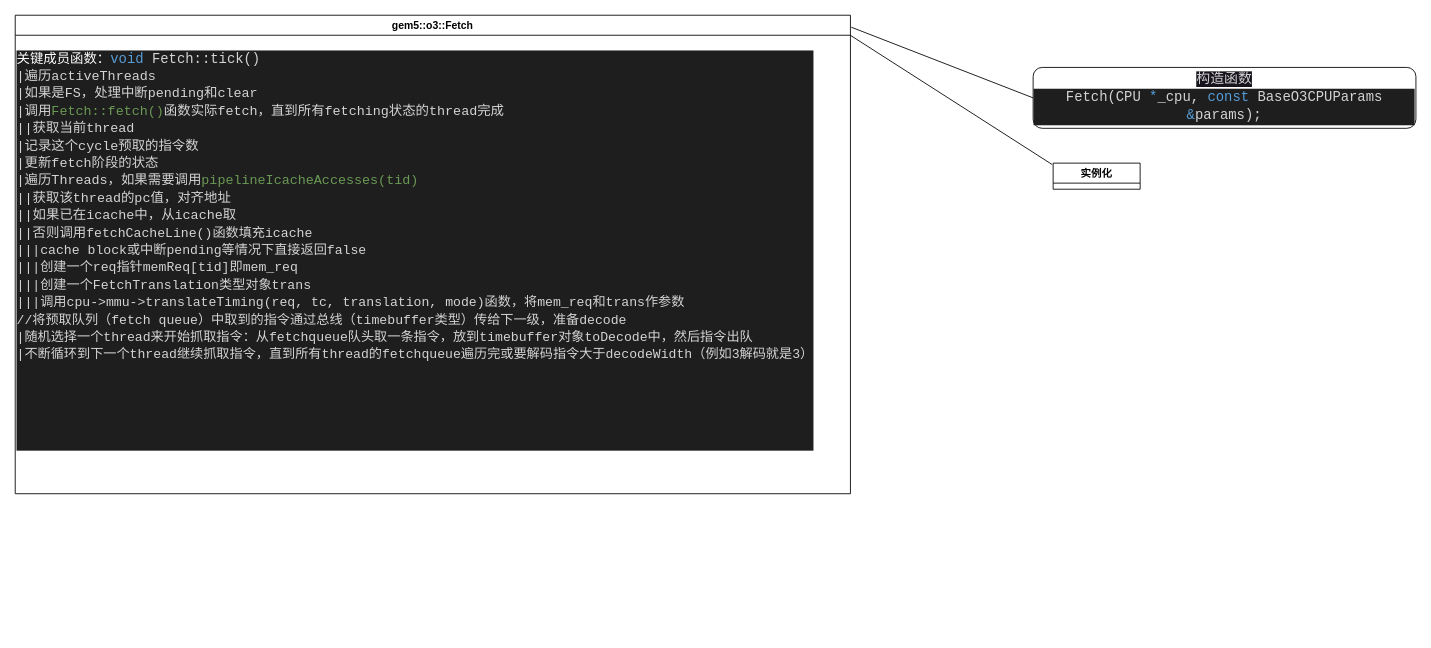
This is page "Fetch" (3 of 3) of learningNote/note.drawio from matchchen/gem5, a draw.io file, before an edit. Source tidied: cells renumbered, new cells numbered last; positions are measured from the earlier drawing's top-left corner, leaving out a move shared by most shapes. Both pictures are drawn from the tidied source at 87%, with x=0, y=0 at pixel (15, 15).
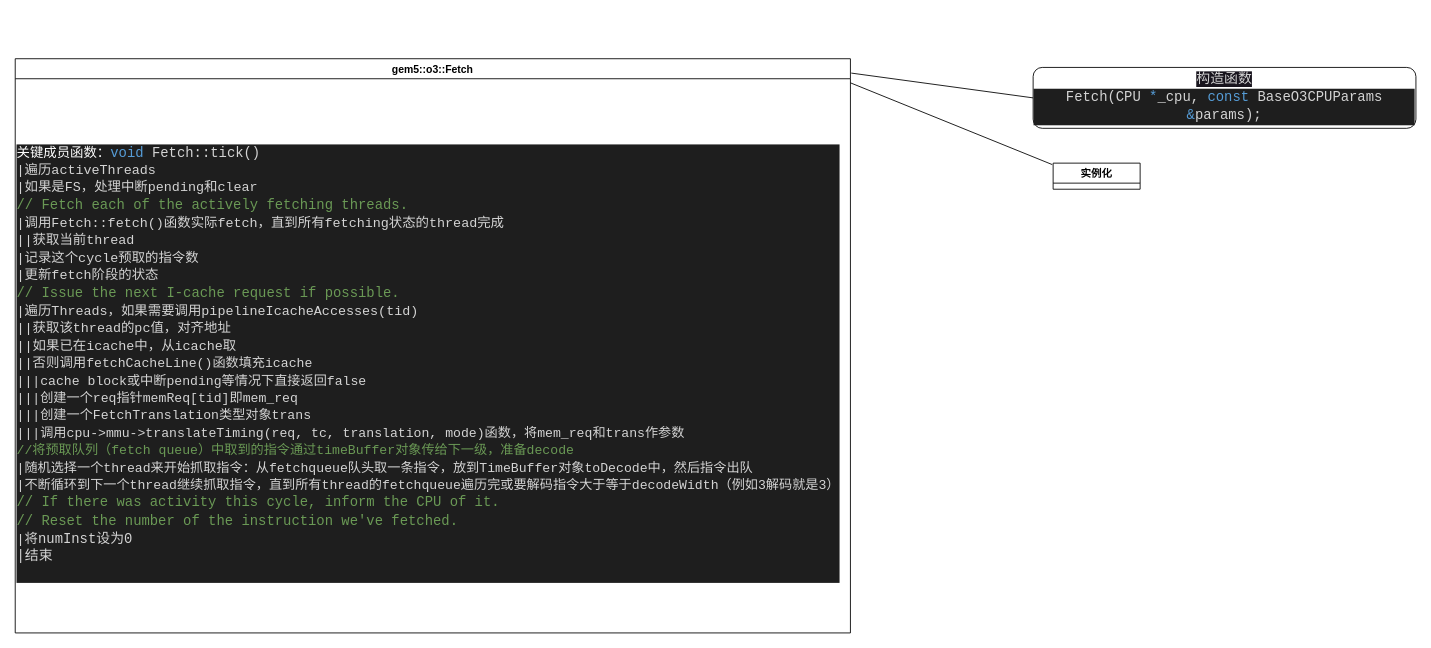
After the change.

Change to the diagram source:
```diff
@@
 <mxGraphModel>
   <root>
     <mxCell id="0" />
     <mxCell id="1" parent="0" />
     <mxCell id="2" style="edgeStyle=none;html=1;exitX=1;exitY=0.042;exitDx=0;exitDy=0;entryX=-0.01;entryY=0.056;entryDx=0;entryDy=0;entryPerimeter=0;fontColor=#FFFFFF;endArrow=none;endFill=0;exitPerimeter=0;" parent="1" edge="1" source="3" target="7">
       <mxGeometry relative="1" as="geometry" />
     </mxCell>
     <mxCell id="3" value="gem5::o3::Fetch" style="swimlane;startSize=23;" parent="1" vertex="1">
-      <mxGeometry width="960" height="550" as="geometry" />
+      <mxGeometry y="50" width="960" height="660" as="geometry" />
     </mxCell>
-    <mxCell id="4" value="&lt;div style=&quot;background-color: rgb(30, 30, 30); font-family: Consolas, &amp;quot;Courier New&amp;quot;, monospace; font-size: 15.4px; line-height: 20px;&quot;&gt;&lt;div style=&quot;&quot;&gt;&lt;font color=&quot;#ffffff&quot;&gt;关键成员函数：&lt;/font&gt;&lt;span style=&quot;color: rgb(86, 156, 214); font-size: 15.96px;&quot;&gt;void&amp;nbsp;&lt;/span&gt;&lt;span style=&quot;color: rgb(212, 212, 212); font-size: 15.96px;&quot;&gt;Fetch::tick()&lt;/span&gt;&lt;/div&gt;&lt;div style=&quot;color: rgb(212, 212, 212);&quot;&gt;|遍历activeThreads&lt;br&gt;|如果是FS，处理中断pending和clear&lt;/div&gt;&lt;div style=&quot;&quot;&gt;&lt;span style=&quot;color: rgb(212, 212, 212);&quot;&gt;|调用&lt;/span&gt;&lt;font color=&quot;#6a9955&quot;&gt;Fetch::fetch()&lt;/font&gt;&lt;font color=&quot;#d4d4d4&quot;&gt;函数实际fetch，直到所有fetching状态的thread完成&lt;/font&gt;&lt;/div&gt;&lt;div style=&quot;color: rgb(212, 212, 212);&quot;&gt;||获取当前thread&lt;/div&gt;&lt;div style=&quot;color: rgb(212, 212, 212);&quot;&gt;|记录这个cycle预取的指令数&lt;/div&gt;&lt;div style=&quot;color: rgb(212, 212, 212);&quot;&gt;|更新fetch阶段的状态&lt;/div&gt;&lt;div style=&quot;&quot;&gt;&lt;span style=&quot;color: rgb(212, 212, 212);&quot;&gt;|遍历Threads，如果需要调用&lt;/span&gt;&lt;font color=&quot;#6a9955&quot;&gt;pipelineIcacheAccesses(tid)&lt;/font&gt;&lt;/div&gt;&lt;div style=&quot;color: rgb(212, 212, 212);&quot;&gt;||获取该thread的pc值，对齐地址&lt;br&gt;&lt;/div&gt;&lt;div style=&quot;color: rgb(212, 212, 212);&quot;&gt;||如果已在icache中，从icache取&lt;/div&gt;&lt;div style=&quot;color: rgb(212, 212, 212);&quot;&gt;||否则调用&lt;span style=&quot;font-size: 15.12px;&quot;&gt;fetchCacheLine()函数填充icache&lt;/span&gt;&lt;/div&gt;&lt;div style=&quot;color: rgb(212, 212, 212);&quot;&gt;&lt;span style=&quot;font-size: 15.12px;&quot;&gt;|||cache block或中断pending等情况下直接返回false&lt;/span&gt;&lt;/div&gt;&lt;div style=&quot;&quot;&gt;&lt;span style=&quot;color: rgb(212, 212, 212); font-size: 15.12px;&quot;&gt;|||创建一个req指针&lt;/span&gt;&lt;span style=&quot;font-size: 15.12px;&quot;&gt;&lt;font color=&quot;#d4d4d4&quot;&gt;memReq[tid]&lt;/font&gt;&lt;/span&gt;&lt;span style=&quot;font-size: 15.12px;&quot;&gt;&lt;font color=&quot;#d4d4d4&quot;&gt;即&lt;/font&gt;&lt;/span&gt;&lt;span style=&quot;color: rgb(212, 212, 212); font-size: 15.12px;&quot;&gt;mem_req&lt;/span&gt;&lt;/div&gt;&lt;div style=&quot;&quot;&gt;&lt;span style=&quot;color: rgb(212, 212, 212); font-size: 15.12px;&quot;&gt;|||创建一个&lt;/span&gt;&lt;span style=&quot;color: rgb(212, 212, 212); font-size: 15.12px;&quot;&gt;FetchTranslation类型对象&lt;/span&gt;&lt;span style=&quot;color: rgb(212, 212, 212); font-size: 15.12px;&quot;&gt;trans&lt;/span&gt;&lt;/div&gt;&lt;div style=&quot;&quot;&gt;&lt;span style=&quot;color: rgb(212, 212, 212); font-size: 15.12px;&quot;&gt;|||调用&lt;/span&gt;&lt;span style=&quot;color: rgb(212, 212, 212); font-size: 15.12px;&quot;&gt;cpu-&amp;gt;mmu-&amp;gt;translateTiming&lt;/span&gt;&lt;span style=&quot;color: rgb(212, 212, 212); font-size: 15.12px;&quot;&gt;(req, tc, translation, mode)&lt;/span&gt;&lt;span style=&quot;color: rgb(212, 212, 212); font-size: 15.12px;&quot;&gt;函数，将mem_req和trans作参数&lt;/span&gt;&lt;br&gt;&lt;/div&gt;&lt;div style=&quot;&quot;&gt;&lt;span style=&quot;color: rgb(212, 212, 212); font-size: 15.12px;&quot;&gt;//将预取队列（fetch queue）中取到的指令通过总线（timebuffer类型）传给下一级，准备decode&lt;/span&gt;&lt;/div&gt;&lt;div style=&quot;&quot;&gt;&lt;span style=&quot;color: rgb(212, 212, 212); font-size: 15.12px;&quot;&gt;|随机选择一个thread来开始抓取指令：&lt;/span&gt;&lt;span style=&quot;color: rgb(212, 212, 212); font-size: 15.12px;&quot;&gt;从fetchqueue队头取一条指令，放到timebuffer对象&lt;/span&gt;&lt;span style=&quot;color: rgb(212, 212, 212); font-size: 15.12px;&quot;&gt;toDecode中，然后指令出队&lt;/span&gt;&lt;/div&gt;&lt;div style=&quot;&quot;&gt;&lt;span style=&quot;color: rgb(212, 212, 212); font-size: 15.12px;&quot;&gt;|不断循环到下一个thread继续抓取指令，直到所有thread的fetchqueue遍历完&lt;/span&gt;&lt;span style=&quot;color: rgb(212, 212, 212); font-size: 15.12px;&quot;&gt;或要解码指令大于&lt;/span&gt;&lt;span style=&quot;color: rgb(212, 212, 212); font-size: 15.12px;&quot;&gt;decodeWidth（例如3解码就是3）&lt;/span&gt;&lt;br&gt;&lt;/div&gt;&lt;div style=&quot;&quot;&gt;&lt;span style=&quot;color: rgb(212, 212, 212); font-size: 15.12px;&quot;&gt;&lt;br&gt;&lt;/span&gt;&lt;/div&gt;&lt;div style=&quot;color: rgb(212, 212, 212);&quot;&gt;&lt;br&gt;&lt;/div&gt;&lt;div style=&quot;color: rgb(212, 212, 212);&quot;&gt;&lt;br&gt;&lt;/div&gt;&lt;div style=&quot;color: rgb(212, 212, 212);&quot;&gt;&lt;br&gt;&lt;/div&gt;&lt;div style=&quot;color: rgb(212, 212, 212);&quot;&gt;&lt;br&gt;&lt;/div&gt;&lt;/div&gt;" style="text;html=1;align=left;verticalAlign=middle;strokeColor=none;fillColor=none;" parent="3" vertex="1">
-      <mxGeometry y="30" width="960" height="480" as="geometry" />
+    <mxCell id="4" value="&lt;div style=&quot;background-color: rgb(30, 30, 30); font-family: Consolas, &amp;quot;Courier New&amp;quot;, monospace; font-size: 15.4px; line-height: 20px;&quot;&gt;&lt;div style=&quot;&quot;&gt;&lt;font color=&quot;#ffffff&quot;&gt;关键成员函数：&lt;/font&gt;&lt;span style=&quot;color: rgb(86, 156, 214); font-size: 15.96px;&quot;&gt;void&amp;nbsp;&lt;/span&gt;&lt;span style=&quot;color: rgb(212, 212, 212); font-size: 15.96px;&quot;&gt;Fetch::tick()&lt;/span&gt;&lt;/div&gt;&lt;div style=&quot;color: rgb(212, 212, 212);&quot;&gt;|遍历activeThreads&lt;br&gt;|如果是FS，处理中断pending和clear&lt;/div&gt;&lt;div style=&quot;color: rgb(212, 212, 212);&quot;&gt;&lt;div style=&quot;font-size: 15.96px; line-height: 21px;&quot;&gt;&lt;span style=&quot;color: #6a9955;&quot;&gt;// Fetch each of the actively fetching threads.&lt;/span&gt;&lt;/div&gt;&lt;/div&gt;&lt;div style=&quot;&quot;&gt;&lt;span style=&quot;color: rgb(212, 212, 212);&quot;&gt;|调用&lt;/span&gt;&lt;font color=&quot;#d4d4d4&quot;&gt;Fetch::fetch()函数实际fetch，直到所有fetching状态的thread完成&lt;/font&gt;&lt;/div&gt;&lt;div style=&quot;color: rgb(212, 212, 212);&quot;&gt;||获取当前thread&lt;/div&gt;&lt;div style=&quot;color: rgb(212, 212, 212);&quot;&gt;|记录这个cycle预取的指令数&lt;/div&gt;&lt;div style=&quot;color: rgb(212, 212, 212);&quot;&gt;|更新fetch阶段的状态&lt;/div&gt;&lt;div style=&quot;color: rgb(212, 212, 212);&quot;&gt;&lt;div style=&quot;font-size: 15.96px; line-height: 21px;&quot;&gt;&lt;span style=&quot;color: #6a9955;&quot;&gt;// Issue the next I-cache request if possible.&lt;/span&gt;&lt;/div&gt;&lt;/div&gt;&lt;div style=&quot;&quot;&gt;&lt;span style=&quot;color: rgb(212, 212, 212);&quot;&gt;|遍历Threads，如果需要调用&lt;/span&gt;&lt;font color=&quot;#d4d4d4&quot;&gt;pipelineIcacheAccesses(tid)&lt;/font&gt;&lt;/div&gt;&lt;div style=&quot;color: rgb(212, 212, 212);&quot;&gt;||获取该thread的pc值，对齐地址&lt;br&gt;&lt;/div&gt;&lt;div style=&quot;color: rgb(212, 212, 212);&quot;&gt;||如果已在icache中，从icache取&lt;/div&gt;&lt;div style=&quot;color: rgb(212, 212, 212);&quot;&gt;||否则调用&lt;span style=&quot;font-size: 15.12px;&quot;&gt;fetchCacheLine()函数填充icache&lt;/span&gt;&lt;/div&gt;&lt;div style=&quot;color: rgb(212, 212, 212);&quot;&gt;&lt;span style=&quot;font-size: 15.12px;&quot;&gt;|||cache block或中断pending等情况下直接返回false&lt;/span&gt;&lt;/div&gt;&lt;div style=&quot;&quot;&gt;&lt;span style=&quot;color: rgb(212, 212, 212); font-size: 15.12px;&quot;&gt;|||创建一个req指针&lt;/span&gt;&lt;span style=&quot;font-size: 15.12px;&quot;&gt;&lt;font color=&quot;#d4d4d4&quot;&gt;memReq[tid]&lt;/font&gt;&lt;/span&gt;&lt;span style=&quot;font-size: 15.12px;&quot;&gt;&lt;font color=&quot;#d4d4d4&quot;&gt;即&lt;/font&gt;&lt;/span&gt;&lt;span style=&quot;color: rgb(212, 212, 212); font-size: 15.12px;&quot;&gt;mem_req&lt;/span&gt;&lt;/div&gt;&lt;div style=&quot;&quot;&gt;&lt;span style=&quot;color: rgb(212, 212, 212); font-size: 15.12px;&quot;&gt;|||创建一个&lt;/span&gt;&lt;span style=&quot;color: rgb(212, 212, 212); font-size: 15.12px;&quot;&gt;FetchTranslation类型对象&lt;/span&gt;&lt;span style=&quot;color: rgb(212, 212, 212); font-size: 15.12px;&quot;&gt;trans&lt;/span&gt;&lt;/div&gt;&lt;div style=&quot;&quot;&gt;&lt;span style=&quot;color: rgb(212, 212, 212); font-size: 15.12px;&quot;&gt;|||调用&lt;/span&gt;&lt;span style=&quot;color: rgb(212, 212, 212); font-size: 15.12px;&quot;&gt;cpu-&amp;gt;mmu-&amp;gt;translateTiming&lt;/span&gt;&lt;span style=&quot;color: rgb(212, 212, 212); font-size: 15.12px;&quot;&gt;(req, tc, translation, mode)&lt;/span&gt;&lt;span style=&quot;color: rgb(212, 212, 212); font-size: 15.12px;&quot;&gt;函数，将mem_req和trans作参数&lt;/span&gt;&lt;br&gt;&lt;/div&gt;&lt;div style=&quot;&quot;&gt;&lt;span style=&quot;font-size: 15.12px;&quot;&gt;&lt;font color=&quot;#6a9955&quot;&gt;//将预取队列（fetch queue）中取到的指令通过timeBuffer对象传给下一级，准备decode&lt;/font&gt;&lt;/span&gt;&lt;/div&gt;&lt;div style=&quot;&quot;&gt;&lt;span style=&quot;color: rgb(212, 212, 212); font-size: 15.12px;&quot;&gt;|随机选择一个thread来开始抓取指令：&lt;/span&gt;&lt;span style=&quot;color: rgb(212, 212, 212); font-size: 15.12px;&quot;&gt;从fetchqueue队头取一条指令，放到TimeBuffer对象&lt;/span&gt;&lt;span style=&quot;color: rgb(212, 212, 212); font-size: 15.12px;&quot;&gt;toDecode中，然后指令出队&lt;/span&gt;&lt;/div&gt;&lt;div style=&quot;&quot;&gt;&lt;span style=&quot;color: rgb(212, 212, 212); font-size: 15.12px;&quot;&gt;|不断循环到下一个thread继续抓取指令，直到所有thread的fetchqueue遍历完&lt;/span&gt;&lt;span style=&quot;color: rgb(212, 212, 212); font-size: 15.12px;&quot;&gt;或要解码指令大于等于&lt;/span&gt;&lt;span style=&quot;color: rgb(212, 212, 212); font-size: 15.12px;&quot;&gt;decodeWidth（例如3解码就是3）&lt;/span&gt;&lt;br&gt;&lt;/div&gt;&lt;div style=&quot;&quot;&gt;&lt;div style=&quot;color: rgb(212, 212, 212); font-size: 15.96px; line-height: 21px;&quot;&gt;&lt;span style=&quot;color: #6a9955;&quot;&gt;// If there was activity this cycle, inform the CPU of it.&lt;/span&gt;&lt;/div&gt;&lt;/div&gt;&lt;div style=&quot;color: rgb(212, 212, 212);&quot;&gt;&lt;div style=&quot;font-size: 15.96px; line-height: 21px;&quot;&gt;&lt;span style=&quot;color: #6a9955;&quot;&gt;// Reset the number of the instruction we've fetched.&lt;/span&gt;&lt;/div&gt;&lt;/div&gt;&lt;div style=&quot;color: rgb(212, 212, 212);&quot;&gt;|将&lt;span style=&quot;font-size: 15.96px;&quot;&gt;numInst设为0&lt;/span&gt;&lt;/div&gt;&lt;div style=&quot;color: rgb(212, 212, 212);&quot;&gt;&lt;span style=&quot;font-size: 15.96px;&quot;&gt;|结束&lt;/span&gt;&lt;/div&gt;&lt;div style=&quot;color: rgb(212, 212, 212);&quot;&gt;&lt;br&gt;&lt;/div&gt;&lt;/div&gt;" style="text;html=1;align=left;verticalAlign=middle;strokeColor=none;fillColor=none;" parent="3" vertex="1">
+      <mxGeometry y="90" width="940" height="520" as="geometry" />
     </mxCell>
     <mxCell id="5" value="&lt;div style=&quot;color: rgb(212, 212, 212); font-family: Consolas, &amp;quot;Courier New&amp;quot;, monospace; font-size: 15.96px; line-height: 21px;&quot;&gt;&lt;span style=&quot;background-color: rgb(24, 20, 29);&quot;&gt;构造函数&lt;/span&gt;&lt;/div&gt;&lt;div style=&quot;color: rgb(212, 212, 212); background-color: rgb(30, 30, 30); font-family: Consolas, &amp;quot;Courier New&amp;quot;, monospace; font-size: 15.96px; line-height: 21px;&quot;&gt;Fetch(CPU &lt;span style=&quot;color: #569cd6;&quot;&gt;*&lt;/span&gt;_cpu, &lt;span style=&quot;color: #569cd6;&quot;&gt;const&lt;/span&gt; BaseO3CPUParams &lt;span style=&quot;color: #569cd6;&quot;&gt;&amp;amp;&lt;/span&gt;params);&lt;/div&gt;" style="rounded=1;whiteSpace=wrap;html=1;" parent="1" vertex="1">
       <mxGeometry x="1170" y="60" width="440" height="70" as="geometry" />
     </mxCell>
     <mxCell id="6" style="endArrow=none;html=1;fontColor=#FFFFFF;entryX=0;entryY=0.5;entryDx=0;entryDy=0;exitX=1.001;exitY=0.025;exitDx=0;exitDy=0;exitPerimeter=0;" parent="1" edge="1" source="3" target="5">
       <mxGeometry relative="1" as="geometry" />
     </mxCell>
     <mxCell id="7" value="实例化" style="swimlane;startSize=23;" parent="1" vertex="1" collapsed="1">
       <mxGeometry x="1193" y="170" width="100" height="30" as="geometry" />
     </mxCell>
     <mxCell id="8" value="&lt;div style=&quot;background-color: rgb(30, 30, 30); line-height: 20px;&quot;&gt;&lt;div style=&quot;background-color: rgb(42, 37, 47);&quot;&gt;&lt;div style=&quot;background-color: rgb(30, 30, 30); line-height: 20px;&quot;&gt;&lt;div style=&quot;font-size: 15.4px;&quot;&gt;&lt;br&gt;&lt;/div&gt;&lt;/div&gt;&lt;/div&gt;&lt;/div&gt;" style="text;html=1;align=center;verticalAlign=middle;strokeColor=none;fillColor=none;labelPosition=center;verticalLabelPosition=middle;" parent="1" vertex="1">
       <mxGeometry x="1292" y="200" width="20" height="30" as="geometry" />
     </mxCell>
   </root>
 </mxGraphModel>
```
